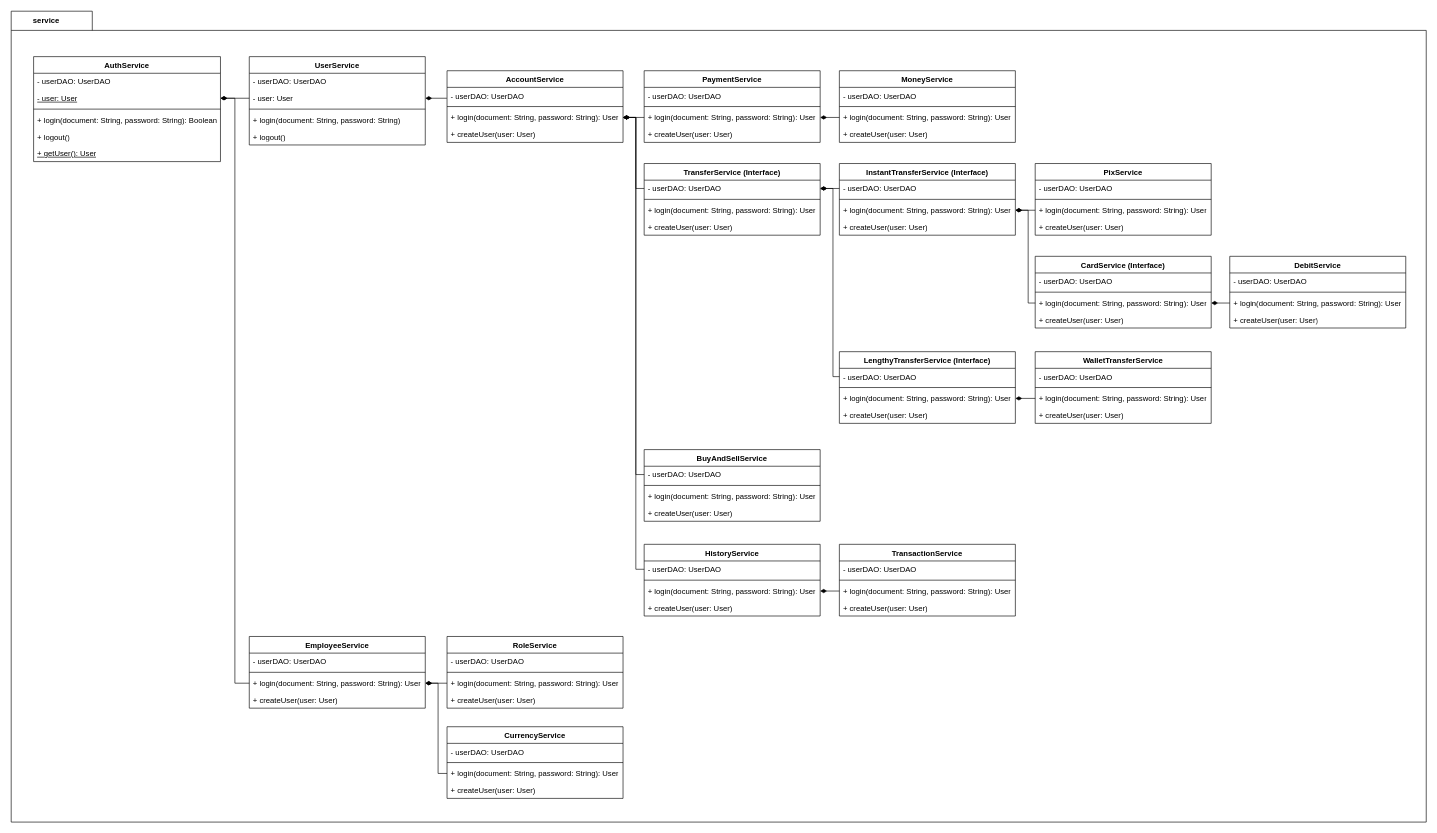
Before: page "service" (7 of 7) of docs/diagrams/diagram.drawio in PedroLucas63/cryptobank, a draw.io diagram. Source tidied: cells renumbered, new cells numbered last; positions are measured from the earlier drawing's top-left corner, leaving out a move shared by most shapes. Both pictures are drawn from the tidied source at 64%, with x=0, y=0 at pixel (11, 11).
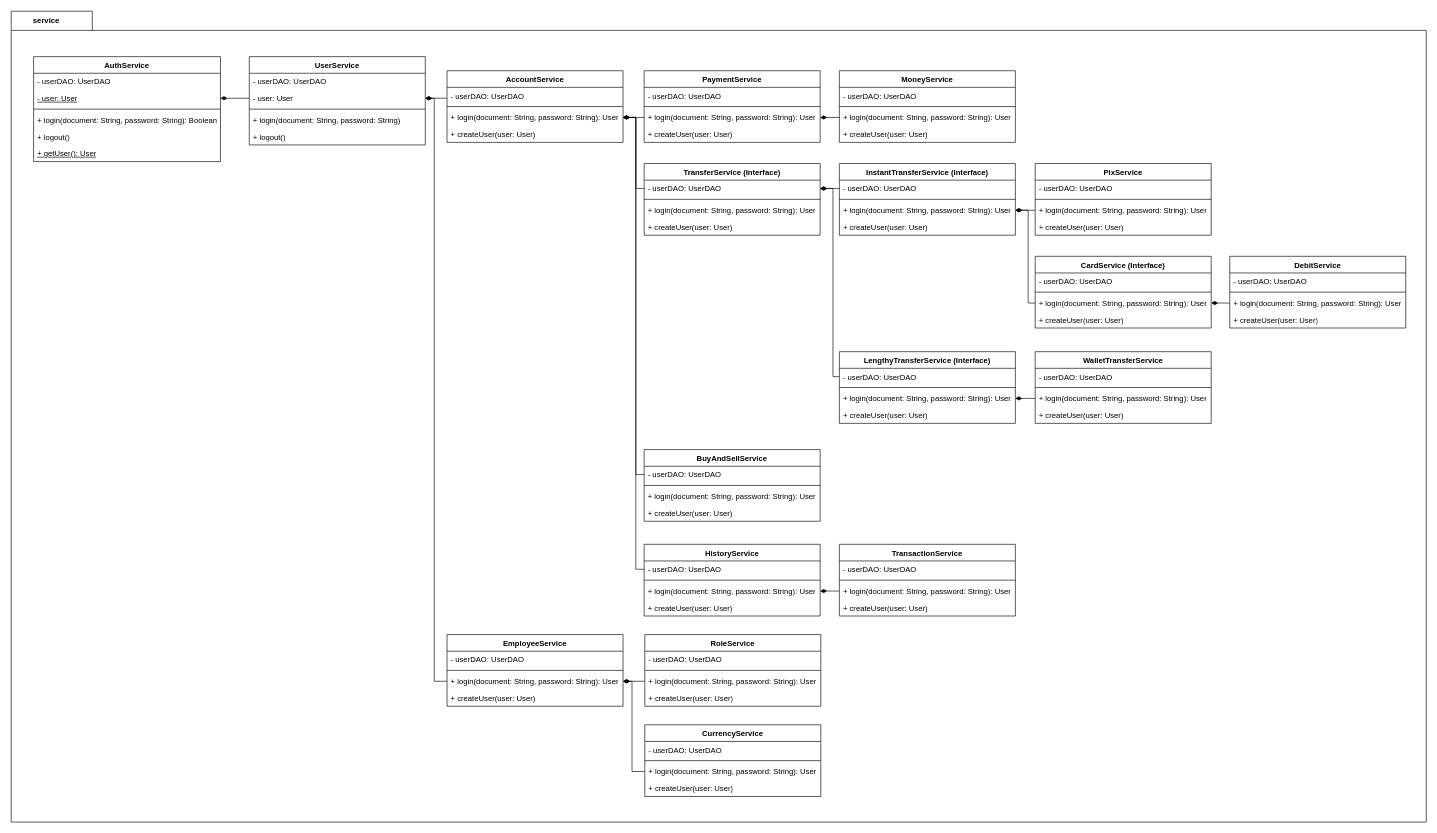
After the change.

The change refers to these unchanged cells:
```xml
<mxCell id="2" value="service" style="shape=folder;fontStyle=1;tabWidth=110;tabHeight=30;tabPosition=left;html=1;boundedLbl=1;labelInHeader=1;whiteSpace=wrap;" parent="1" vertex="1">
  <mxGeometry width="2211" height="1267" as="geometry" />
</mxCell>
<mxCell id="6" value="- user: User" style="text;strokeColor=none;fillColor=none;align=left;verticalAlign=top;spacingLeft=4;spacingRight=4;overflow=hidden;points=[[0,0.5],[1,0.5]];portConstraint=eastwest;whiteSpace=wrap;html=1;fontStyle=4;" parent="4" vertex="1">
  <mxGeometry y="52" width="292" height="26" as="geometry" />
</mxCell>
<mxCell id="18" value="- user: User" style="text;strokeColor=none;fillColor=none;align=left;verticalAlign=top;spacingLeft=4;spacingRight=4;overflow=hidden;points=[[0,0.5],[1,0.5]];portConstraint=eastwest;whiteSpace=wrap;html=1;" parent="16" vertex="1">
  <mxGeometry y="52" width="275" height="26" as="geometry" />
</mxCell>
<mxCell id="25" value="+ login(document: String, password: String): User" style="text;strokeColor=none;fillColor=none;align=left;verticalAlign=top;spacingLeft=4;spacingRight=4;overflow=hidden;points=[[0,0.5],[1,0.5]];portConstraint=eastwest;whiteSpace=wrap;html=1;" parent="22" vertex="1">
  <mxGeometry y="60" width="275" height="26" as="geometry" />
</mxCell>
<mxCell id="35" value="+ login(document: String, password: String): User" style="text;strokeColor=none;fillColor=none;align=left;verticalAlign=top;spacingLeft=4;spacingRight=4;overflow=hidden;points=[[0,0.5],[1,0.5]];portConstraint=eastwest;whiteSpace=wrap;html=1;" parent="32" vertex="1">
  <mxGeometry y="60" width="275" height="26" as="geometry" />
</mxCell>
```

What changed in the source:
```diff
@@
     <mxCell id="22" value="EmployeeService" style="swimlane;fontStyle=1;align=center;verticalAlign=top;horizontal=1;startSize=26;whiteSpace=wrap;html=1;" parent="2" vertex="1">
-      <mxGeometry x="372" y="977" width="275" height="112" as="geometry" />
+      <mxGeometry x="681" y="974" width="275" height="112" as="geometry" />
     </mxCell>
@@
     <mxCell id="27" value="RoleService" style="swimlane;fontStyle=1;align=center;verticalAlign=top;horizontal=1;startSize=26;whiteSpace=wrap;html=1;" parent="2" vertex="1">
-      <mxGeometry x="681" y="977" width="275" height="112" as="geometry" />
+      <mxGeometry x="990" y="974" width="275" height="112" as="geometry" />
     </mxCell>
@@
     <mxCell id="32" value="CurrencyService" style="swimlane;fontStyle=1;align=center;verticalAlign=top;horizontal=1;startSize=26;whiteSpace=wrap;html=1;" parent="2" vertex="1">
-      <mxGeometry x="681" y="1118" width="275" height="112" as="geometry" />
+      <mxGeometry x="990" y="1115" width="275" height="112" as="geometry" />
     </mxCell>
@@
-    <mxCell id="98" style="edgeStyle=orthogonalEdgeStyle;rounded=0;jettySize=auto;html=1;exitX=1;exitY=0.5;exitDx=0;exitDy=0;entryX=0;entryY=0.5;entryDx=0;entryDy=0;fontSize=12;startSize=8;endSize=8;startArrow=diamondThin;startFill=1;endArrow=none;endFill=0;" parent="2" edge="1" source="6" target="25">
-      <mxGeometry relative="1" as="geometry" />
-    </mxCell>
@@
-    <mxCell id="100" style="edgeStyle=orthogonalEdgeStyle;rounded=0;jettySize=auto;html=1;exitX=1;exitY=0.5;exitDx=0;exitDy=0;entryX=0;entryY=0.5;entryDx=0;entryDy=0;fontSize=12;startSize=8;endSize=8;startArrow=diamondThin;startFill=1;endArrow=none;endFill=0;" parent="2" edge="1" source="25" target="35">
-      <mxGeometry relative="1" as="geometry">
-        <Array as="points">
-          <mxPoint x="667" y="1050" />
-          <mxPoint x="667" y="1191" />
-        </Array>
-      </mxGeometry>
-    </mxCell>
@@
+    <mxCell id="114" style="edgeStyle=orthogonalEdgeStyle;rounded=0;jettySize=auto;html=1;exitX=1;exitY=0.5;exitDx=0;exitDy=0;entryX=0;entryY=0.5;entryDx=0;entryDy=0;fontSize=12;startSize=8;endSize=8;startArrow=diamondThin;startFill=1;endArrow=none;endFill=0;" parent="2" edge="1" source="18" target="25">
+      <mxGeometry relative="1" as="geometry">
+        <Array as="points">
+          <mxPoint x="661" y="136" />
+          <mxPoint x="661" y="1047" />
+        </Array>
+      </mxGeometry>
+    </mxCell>
+    <mxCell id="100" style="edgeStyle=orthogonalEdgeStyle;rounded=0;jettySize=auto;html=1;exitX=1;exitY=0.5;exitDx=0;exitDy=0;entryX=0;entryY=0.5;entryDx=0;entryDy=0;fontSize=12;startSize=8;endSize=8;startArrow=diamondThin;startFill=1;endArrow=none;endFill=0;" parent="2" edge="1" source="25" target="35">
+      <mxGeometry relative="1" as="geometry">
+        <Array as="points">
+          <mxPoint x="970" y="1047" />
+          <mxPoint x="970" y="1188" />
+        </Array>
+      </mxGeometry>
+    </mxCell>
```
